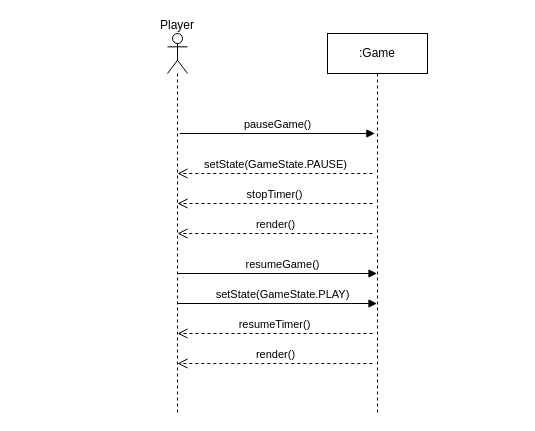
This is System Sequence Diagrams (SSD)/Pause_Resume_Game.drawio from zeynepyorulmaz/Rogue-Like, a draw.io file, before an edit. Source tidied: cells renumbered, new cells numbered last; positions are measured from the earlier drawing's top-left corner, leaving out a move shared by most shapes. Both pictures are drawn from the tidied source at 100%, with x=0, y=0 at pixel (167, 33).
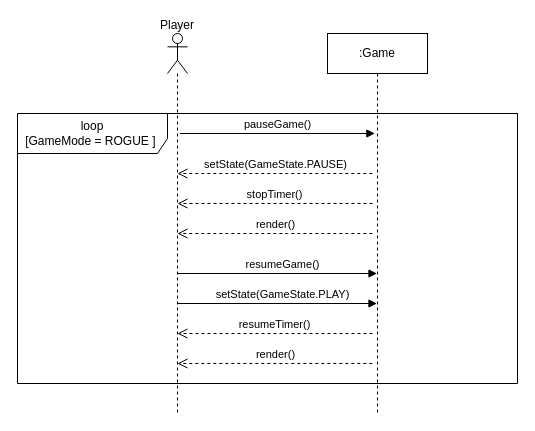
The same page after the edit.

What changed in the source:
```diff
@@
+    <mxCell id="12" value="loop&lt;div&gt;[GameMode = ROGUE ]&amp;nbsp;&lt;/div&gt;" style="shape=umlFrame;whiteSpace=wrap;html=1;width=150;height=40;" parent="1" vertex="1">
+      <mxGeometry x="-150" y="80" width="500" height="270" as="geometry" />
+    </mxCell>
```
